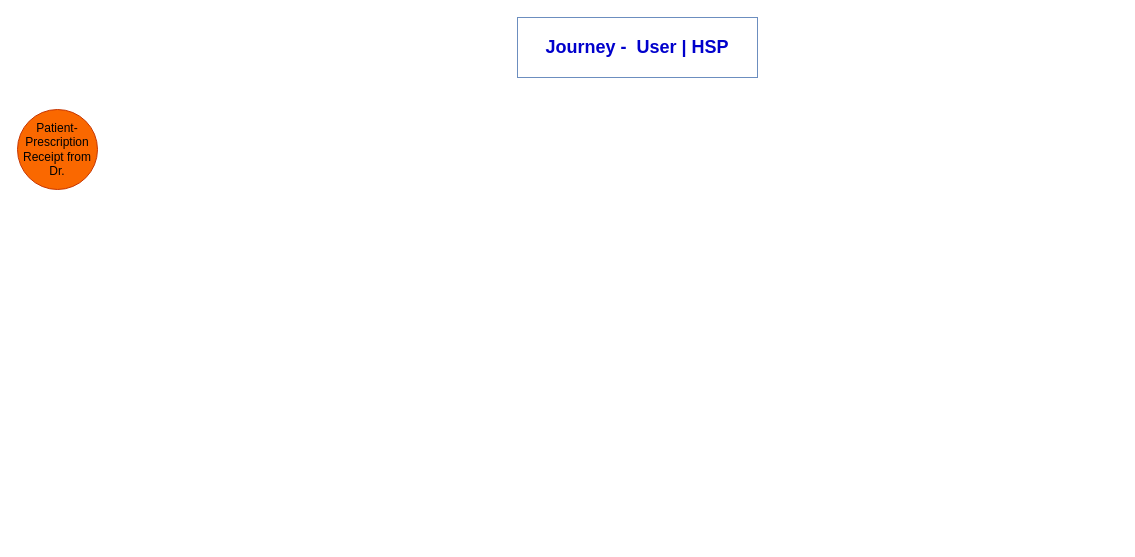
dabiko/draw-io keeps this draw.io diagram as User John Doe Journey.drawio. Above is the earlier version. Source tidied: cells renumbered, new cells numbered last; positions are measured from the earlier drawing's top-left corner, leaving out a move shared by most shapes. Both pictures are drawn from the tidied source at 100%, with x=0, y=0 at pixel (17, 17).
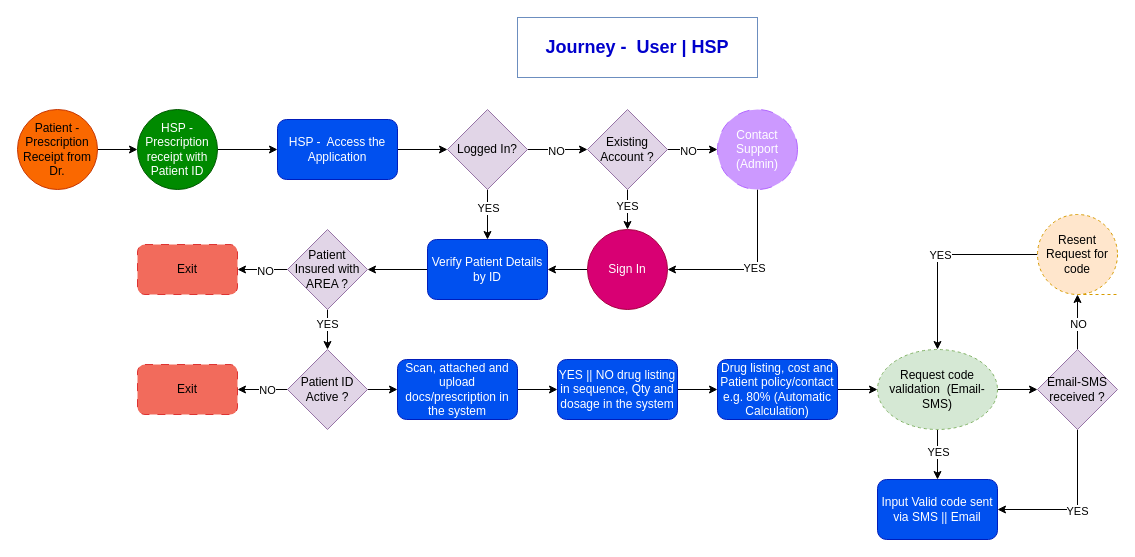
After the change.

What changed in the source:
```diff
@@
+    <mxCell id="4" style="edgeStyle=orthogonalEdgeStyle;rounded=0;jettySize=auto;html=1;" parent="1" edge="1" source="3" target="6">
+      <mxGeometry relative="1" as="geometry" />
+    </mxCell>
-    <mxCell id="3" value="&lt;div style=&quot;&quot;&gt;&lt;span style=&quot;background-color: initial;&quot;&gt;Patient-&lt;/span&gt;&lt;/div&gt;&lt;div style=&quot;&quot;&gt;&lt;span style=&quot;background-color: initial;&quot;&gt;Prescription Receipt from Dr.&lt;br&gt;&lt;/span&gt;&lt;/div&gt;" style="ellipse;whiteSpace=wrap;html=1;fillColor=#fa6800;strokeColor=#C73500;fontColor=#000000;align=center;" parent="1" vertex="1">
+    <mxCell id="3" value="&lt;div style=&quot;&quot;&gt;&lt;span style=&quot;background-color: initial;&quot;&gt;Patient -&lt;/span&gt;&lt;/div&gt;&lt;div style=&quot;&quot;&gt;&lt;span style=&quot;background-color: initial;&quot;&gt;Prescription Receipt from Dr.&lt;br&gt;&lt;/span&gt;&lt;/div&gt;" style="ellipse;whiteSpace=wrap;html=1;fillColor=#fa6800;strokeColor=#C73500;fontColor=#000000;align=center;" parent="1" vertex="1">
       <mxGeometry y="92" width="80" height="80" as="geometry" />
     </mxCell>
+    <mxCell id="5" style="edgeStyle=orthogonalEdgeStyle;rounded=0;jettySize=auto;html=1;" parent="1" edge="1" source="6" target="8">
+      <mxGeometry relative="1" as="geometry" />
+    </mxCell>
+    <mxCell id="6" value="HSP - Prescription receipt with Patient ID" style="ellipse;whiteSpace=wrap;html=1;fillColor=#008a00;strokeColor=#005700;fontColor=#ffffff;" parent="1" vertex="1">
+      <mxGeometry x="120" y="92" width="80" height="80" as="geometry" />
+    </mxCell>
+    <mxCell id="7" style="edgeStyle=orthogonalEdgeStyle;rounded=0;jettySize=auto;html=1;" parent="1" edge="1" source="8" target="18">
+      <mxGeometry relative="1" as="geometry" />
+    </mxCell>
+    <mxCell id="8" value="HSP -&amp;nbsp; Access the Application" style="rounded=1;whiteSpace=wrap;html=1;fillColor=#0050ef;fontColor=#ffffff;strokeColor=#001DBC;" parent="1" vertex="1">
+      <mxGeometry x="260" y="102" width="120" height="60" as="geometry" />
+    </mxCell>
+    <mxCell id="9" style="edgeStyle=orthogonalEdgeStyle;rounded=0;jettySize=auto;html=1;" parent="1" edge="1" source="13" target="21">
+      <mxGeometry relative="1" as="geometry" />
+    </mxCell>
+    <mxCell id="10" value="NO" style="edgeLabel;html=1;align=center;verticalAlign=middle;" parent="9" vertex="1">
+      <mxGeometry x="-0.08" y="-1" relative="1" as="geometry">
+        <mxPoint x="-3" as="offset" />
+      </mxGeometry>
+    </mxCell>
+    <mxCell id="11" style="edgeStyle=orthogonalEdgeStyle;rounded=0;jettySize=auto;html=1;" parent="1" edge="1" source="13" target="23">
+      <mxGeometry relative="1" as="geometry" />
+    </mxCell>
+    <mxCell id="12" value="YES" style="edgeLabel;html=1;align=center;verticalAlign=middle;" parent="11" vertex="1">
+      <mxGeometry x="-0.37" y="-1" relative="1" as="geometry">
+        <mxPoint y="3" as="offset" />
+      </mxGeometry>
+    </mxCell>
+    <mxCell id="13" value="Existing Account ?" style="rhombus;whiteSpace=wrap;html=1;fillColor=#e1d5e7;strokeColor=#9673a6;" parent="1" vertex="1">
+      <mxGeometry x="570" y="92" width="80" height="80" as="geometry" />
+    </mxCell>
+    <mxCell id="14" style="edgeStyle=orthogonalEdgeStyle;rounded=0;jettySize=auto;html=1;" parent="1" edge="1" source="18" target="13">
+      <mxGeometry relative="1" as="geometry" />
+    </mxCell>
+    <mxCell id="15" value="NO" style="edgeLabel;html=1;align=center;verticalAlign=middle;" parent="14" vertex="1">
+      <mxGeometry x="0.2" y="-1" relative="1" as="geometry">
+        <mxPoint x="-8" as="offset" />
+      </mxGeometry>
+    </mxCell>
+    <mxCell id="16" style="edgeStyle=orthogonalEdgeStyle;rounded=0;jettySize=auto;html=1;" parent="1" edge="1" source="18" target="25">
+      <mxGeometry relative="1" as="geometry" />
+    </mxCell>
+    <mxCell id="17" value="YES" style="edgeLabel;html=1;align=center;verticalAlign=middle;" parent="16" vertex="1">
+      <mxGeometry x="-0.34" relative="1" as="geometry">
+        <mxPoint y="2" as="offset" />
+      </mxGeometry>
+    </mxCell>
+    <mxCell id="18" value="Logged In?" style="rhombus;whiteSpace=wrap;html=1;fillColor=#e1d5e7;strokeColor=#9673a6;" parent="1" vertex="1">
+      <mxGeometry x="430" y="92" width="80" height="80" as="geometry" />
+    </mxCell>
+    <mxCell id="19" style="edgeStyle=orthogonalEdgeStyle;rounded=0;jettySize=auto;html=1;entryX=1;entryY=0.5;entryDx=0;entryDy=0;" parent="1" edge="1" source="21" target="23">
+      <mxGeometry relative="1" as="geometry">
+        <Array as="points">
+          <mxPoint x="740" y="252" />
+        </Array>
+      </mxGeometry>
+    </mxCell>
+    <mxCell id="20" value="YES" style="edgeLabel;html=1;align=center;verticalAlign=middle;" parent="19" vertex="1">
+      <mxGeometry x="-0.06" y="1" relative="1" as="geometry">
+        <mxPoint x="-4" y="-3" as="offset" />
+      </mxGeometry>
+    </mxCell>
+    <mxCell id="21" value="Contact Support (Admin)" style="ellipse;whiteSpace=wrap;html=1;fillColor=#CC99FF;strokeColor=#B266FF;fontColor=#ffffff;dashed=1;dashPattern=12 12;" parent="1" vertex="1">
+      <mxGeometry x="700" y="92" width="80" height="80" as="geometry" />
+    </mxCell>
+    <mxCell id="22" style="edgeStyle=orthogonalEdgeStyle;rounded=0;jettySize=auto;html=1;" parent="1" edge="1" source="23" target="25">
+      <mxGeometry relative="1" as="geometry" />
+    </mxCell>
+    <mxCell id="23" value="Sign In" style="ellipse;whiteSpace=wrap;html=1;fillColor=#d80073;strokeColor=#A50040;fontColor=#ffffff;" parent="1" vertex="1">
+      <mxGeometry x="570" y="212" width="80" height="80" as="geometry" />
+    </mxCell>
+    <mxCell id="24" style="edgeStyle=orthogonalEdgeStyle;rounded=0;jettySize=auto;html=1;" parent="1" edge="1" source="25" target="30">
+      <mxGeometry relative="1" as="geometry" />
+    </mxCell>
+    <mxCell id="25" value="Verify Patient Details by ID" style="rounded=1;whiteSpace=wrap;html=1;fillColor=#0050ef;fontColor=#ffffff;strokeColor=#001DBC;" parent="1" vertex="1">
+      <mxGeometry x="410" y="222" width="120" height="60" as="geometry" />
+    </mxCell>
+    <mxCell id="26" style="edgeStyle=orthogonalEdgeStyle;rounded=0;jettySize=auto;html=1;" parent="1" edge="1" source="30" target="31">
+      <mxGeometry relative="1" as="geometry" />
+    </mxCell>
+    <mxCell id="27" value="NO" style="edgeLabel;html=1;align=center;verticalAlign=middle;" parent="26" vertex="1">
+      <mxGeometry x="-0.08" y="1" relative="1" as="geometry" />
+    </mxCell>
+    <mxCell id="28" style="edgeStyle=orthogonalEdgeStyle;rounded=0;jettySize=auto;html=1;" parent="1" edge="1" source="30" target="35">
+      <mxGeometry relative="1" as="geometry" />
+    </mxCell>
+    <mxCell id="29" value="YES" style="edgeLabel;html=1;align=center;verticalAlign=middle;" parent="28" vertex="1">
+      <mxGeometry x="-0.37" y="-1" relative="1" as="geometry">
+        <mxPoint y="1" as="offset" />
+      </mxGeometry>
+    </mxCell>
+    <mxCell id="30" value="Patient Insured with AREA ?" style="rhombus;whiteSpace=wrap;html=1;fillColor=#e1d5e7;strokeColor=#9673a6;" parent="1" vertex="1">
+      <mxGeometry x="270" y="212" width="80" height="80" as="geometry" />
+    </mxCell>
+    <mxCell id="31" value="Exit" style="rounded=1;whiteSpace=wrap;html=1;fillColor=#ef4734;strokeColor=#D71515;dashed=1;dashPattern=8 8;fillStyle=solid;gradientColor=none;opacity=80;" parent="1" vertex="1">
+      <mxGeometry x="120" y="227" width="100" height="50" as="geometry" />
+    </mxCell>
+    <mxCell id="32" style="edgeStyle=orthogonalEdgeStyle;rounded=0;jettySize=auto;html=1;" parent="1" edge="1" source="35" target="36">
+      <mxGeometry relative="1" as="geometry" />
+    </mxCell>
+    <mxCell id="33" value="NO" style="edgeLabel;html=1;align=center;verticalAlign=middle;" parent="32" vertex="1">
+      <mxGeometry x="-0.16" y="3" relative="1" as="geometry">
+        <mxPoint y="-3" as="offset" />
+      </mxGeometry>
+    </mxCell>
+    <mxCell id="34" style="edgeStyle=orthogonalEdgeStyle;rounded=0;jettySize=auto;html=1;" parent="1" edge="1" source="35" target="38">
+      <mxGeometry relative="1" as="geometry" />
+    </mxCell>
+    <mxCell id="35" value="Patient ID Active ?" style="rhombus;whiteSpace=wrap;html=1;fillColor=#e1d5e7;strokeColor=#9673a6;" parent="1" vertex="1">
+      <mxGeometry x="270" y="332" width="80" height="80" as="geometry" />
+    </mxCell>
+    <mxCell id="36" value="Exit" style="rounded=1;whiteSpace=wrap;html=1;fillColor=#ef4734;strokeColor=#D71515;dashed=1;dashPattern=8 8;fillStyle=solid;gradientColor=none;opacity=80;" parent="1" vertex="1">
+      <mxGeometry x="120" y="347" width="100" height="50" as="geometry" />
+    </mxCell>
+    <mxCell id="37" style="edgeStyle=orthogonalEdgeStyle;rounded=0;jettySize=auto;html=1;" parent="1" edge="1" source="38" target="40">
+      <mxGeometry relative="1" as="geometry" />
+    </mxCell>
+    <mxCell id="38" value="Scan, attached and upload docs/prescription in the system" style="rounded=1;whiteSpace=wrap;html=1;fillColor=#0050ef;fontColor=#ffffff;strokeColor=#001DBC;align=center;" parent="1" vertex="1">
+      <mxGeometry x="380" y="342" width="120" height="60" as="geometry" />
+    </mxCell>
+    <mxCell id="39" style="edgeStyle=orthogonalEdgeStyle;rounded=0;jettySize=auto;html=1;" parent="1" edge="1" source="40" target="42">
+      <mxGeometry relative="1" as="geometry" />
+    </mxCell>
+    <mxCell id="40" value="YES || NO drug listing in sequence, Qty and dosage in the system" style="rounded=1;whiteSpace=wrap;html=1;fillColor=#0050ef;fontColor=#ffffff;strokeColor=#001DBC;" parent="1" vertex="1">
+      <mxGeometry x="540" y="342" width="120" height="60" as="geometry" />
+    </mxCell>
+    <mxCell id="41" style="edgeStyle=orthogonalEdgeStyle;rounded=0;jettySize=auto;html=1;" parent="1" edge="1" source="42" target="46">
+      <mxGeometry relative="1" as="geometry" />
+    </mxCell>
+    <mxCell id="42" value="Drug listing, cost and Patient policy/contact e.g. 80% (Automatic Calculation)" style="rounded=1;whiteSpace=wrap;html=1;fillColor=#0050ef;fontColor=#ffffff;strokeColor=#001DBC;" parent="1" vertex="1">
+      <mxGeometry x="700" y="342" width="120" height="60" as="geometry" />
+    </mxCell>
+    <mxCell id="43" style="edgeStyle=orthogonalEdgeStyle;rounded=0;jettySize=auto;html=1;" parent="1" edge="1" source="46" target="51">
+      <mxGeometry relative="1" as="geometry" />
+    </mxCell>
+    <mxCell id="44" style="edgeStyle=orthogonalEdgeStyle;rounded=0;jettySize=auto;html=1;" parent="1" edge="1" source="46" target="55">
+      <mxGeometry relative="1" as="geometry" />
+    </mxCell>
+    <mxCell id="45" value="YES" style="edgeLabel;html=1;align=center;verticalAlign=middle;" parent="44" vertex="1">
+      <mxGeometry x="-0.14" relative="1" as="geometry" />
+    </mxCell>
+    <mxCell id="46" value="Request code validation&amp;nbsp; (Email-SMS)" style="ellipse;whiteSpace=wrap;html=1;fillColor=#d5e8d4;strokeColor=#82b366;dashed=1;" parent="1" vertex="1">
+      <mxGeometry x="860" y="332" width="120" height="80" as="geometry" />
+    </mxCell>
+    <mxCell id="47" style="edgeStyle=orthogonalEdgeStyle;rounded=0;jettySize=auto;html=1;" parent="1" edge="1" source="51" target="54">
+      <mxGeometry relative="1" as="geometry" />
+    </mxCell>
+    <mxCell id="48" value="NO" style="edgeLabel;html=1;align=center;verticalAlign=middle;" parent="47" vertex="1">
+      <mxGeometry x="-0.04" relative="1" as="geometry" />
+    </mxCell>
+    <mxCell id="49" style="edgeStyle=orthogonalEdgeStyle;rounded=0;jettySize=auto;html=1;entryX=1;entryY=0.5;entryDx=0;entryDy=0;" parent="1" edge="1" source="51" target="55">
+      <mxGeometry relative="1" as="geometry">
+        <Array as="points">
+          <mxPoint x="1060" y="492" />
+        </Array>
+      </mxGeometry>
+    </mxCell>
+    <mxCell id="50" value="YES" style="edgeLabel;html=1;align=center;verticalAlign=middle;" parent="49" vertex="1">
+      <mxGeometry x="0.01" y="1" relative="1" as="geometry" />
+    </mxCell>
+    <mxCell id="51" value="Email-SMS received ?" style="rhombus;whiteSpace=wrap;html=1;fillColor=#e1d5e7;strokeColor=#9673a6;" parent="1" vertex="1">
+      <mxGeometry x="1020" y="332" width="80" height="80" as="geometry" />
+    </mxCell>
+    <mxCell id="52" style="edgeStyle=orthogonalEdgeStyle;rounded=0;jettySize=auto;html=1;entryX=0.5;entryY=0;entryDx=0;entryDy=0;" parent="1" edge="1" source="54" target="46">
+      <mxGeometry relative="1" as="geometry" />
+    </mxCell>
+    <mxCell id="53" value="YES" style="edgeLabel;html=1;align=center;verticalAlign=middle;" parent="52" vertex="1">
+      <mxGeometry x="0.03" relative="1" as="geometry">
+        <mxPoint x="2" as="offset" />
+      </mxGeometry>
+    </mxCell>
+    <mxCell id="54" value="Resent Request for code" style="shape=tapeData;whiteSpace=wrap;html=1;perimeter=ellipsePerimeter;fillColor=#ffe6cc;strokeColor=#d79b00;dashed=1;" parent="1" vertex="1">
+      <mxGeometry x="1020" y="197" width="80" height="80" as="geometry" />
+    </mxCell>
+    <mxCell id="55" value="Input Valid code sent via SMS || Email" style="rounded=1;whiteSpace=wrap;html=1;fillColor=#0050ef;fontColor=#ffffff;strokeColor=#001DBC;" parent="1" vertex="1">
+      <mxGeometry x="860" y="462" width="120" height="60" as="geometry" />
+    </mxCell>
```
